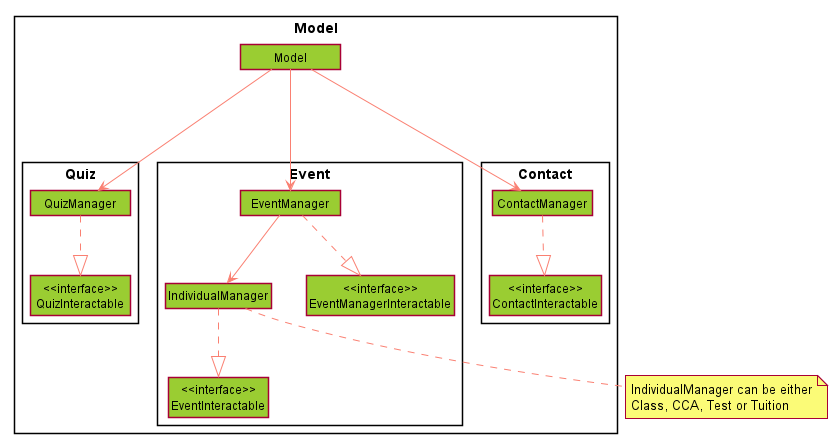
untitle4/tp keeps this PlantUML diagram as docs/diagram/ModelComponent.png. Above is the earlier version.
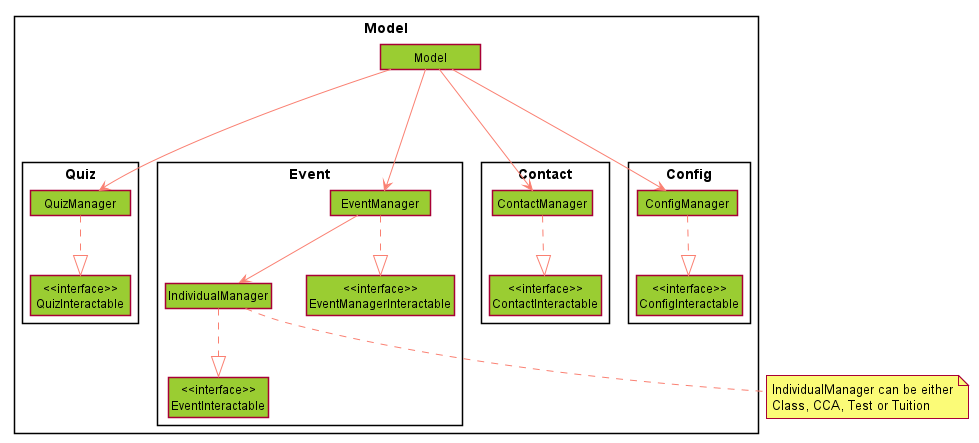
After the commit.

The edit, as a diff of the source:
```diff
@@ -9,9 +9,6 @@
 hide members
 
 package Model {
-
-
-
     class Model
 
     Package Quiz {
@@ -30,7 +27,13 @@
         class ContactManager
         class "<<interface>>\nContactInteractable"
     }
+
+    Package Config {
+        class ConfigManager
+        class "<<interface>>\nConfigInteractable"
+    }
 }
+
 
 QuizManager ..|> "<<interface>>\nQuizInteractable"
 ContactManager ..|> "<<interface>>\nContactInteractable"
@@ -38,9 +41,11 @@
 Model ---> ContactManager
 Model ---> EventManager
 Model ---> QuizManager
+Model ---> ConfigManager
 EventManager --> IndividualManager
 EventManager ..|> "<<interface>>\nEventManagerInteractable"
 IndividualManager ..|> "<<interface>>\nEventInteractable"
+ConfigManager ..|> "<<interface>>\nConfigInteractable"
 note bottom of IndividualManager : IndividualManager can be either\nClass, CCA, Test or Tuition
 
 @enduml
```
